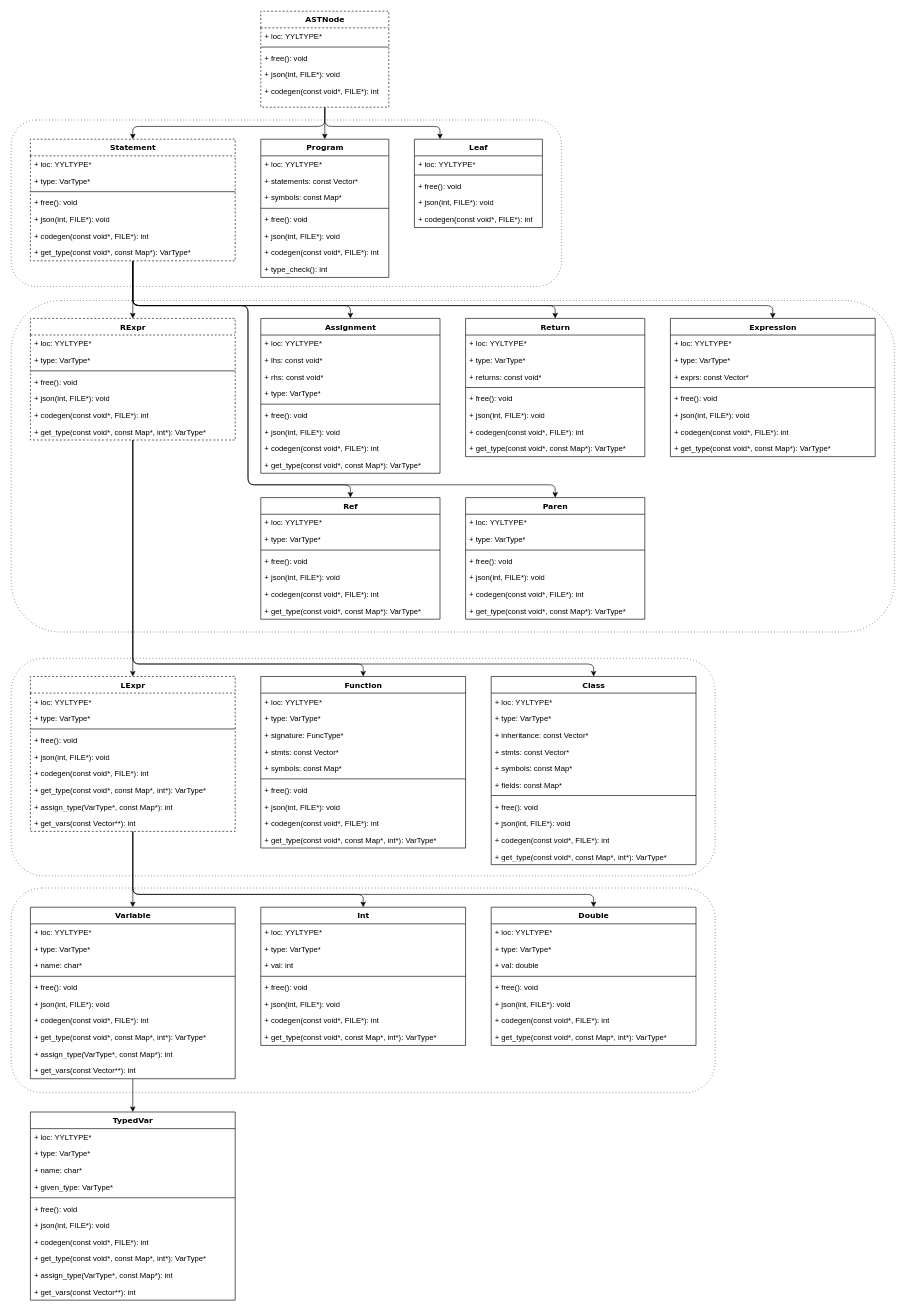
Before: doc/ASTHierarchy.drawio in taylor-santos/Tlang, a draw.io diagram. Source tidied: cells renumbered, new cells numbered last; positions are measured from the earlier drawing's top-left corner, leaving out a move shared by most shapes. Both pictures are drawn from the tidied source at 64%, with x=0, y=0 at pixel (11, 11).
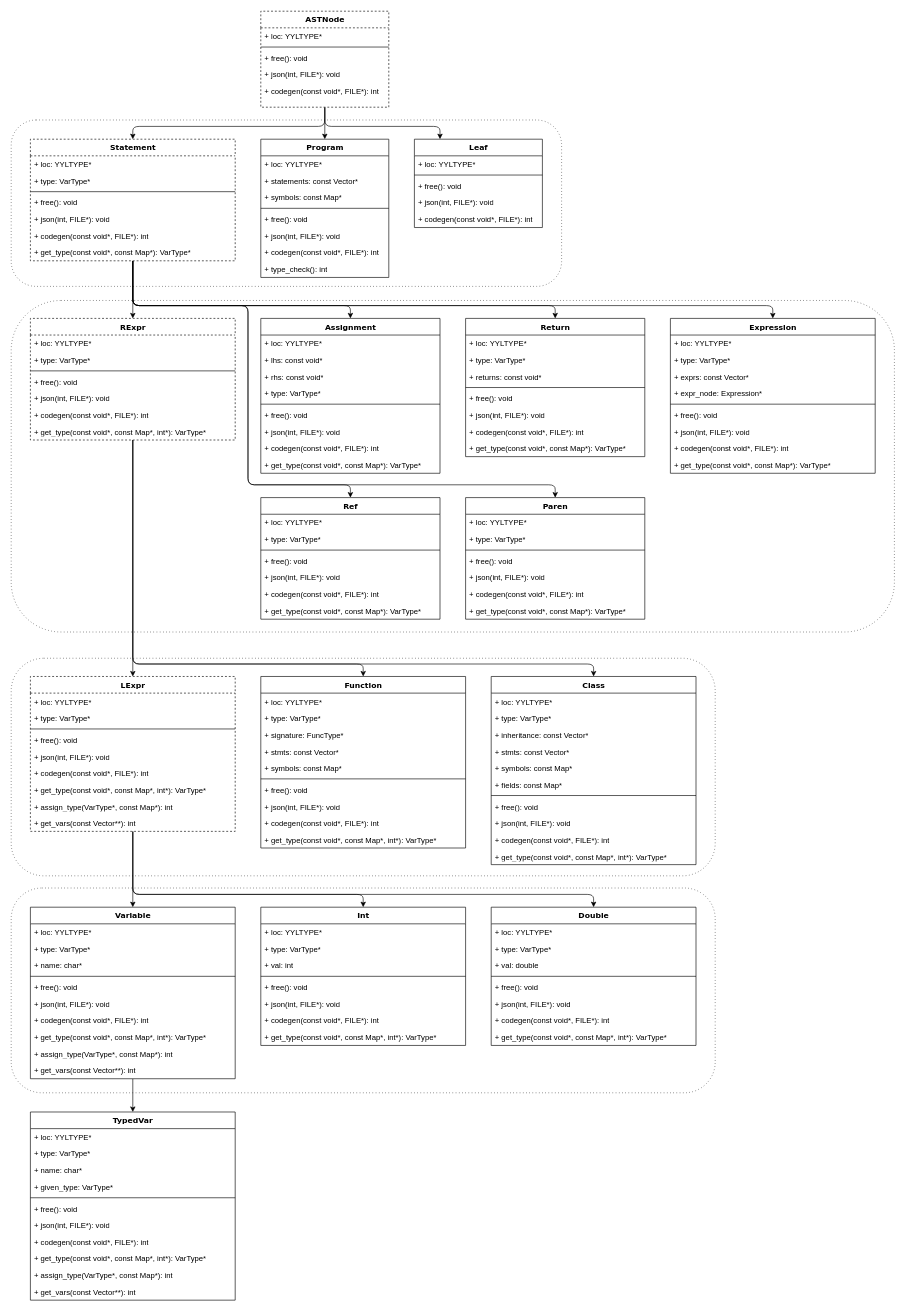
Above is the later version.

What changed in the source:
```diff
@@
     <mxCell id="142" value="Expression" style="swimlane;html=1;fontStyle=1;align=center;verticalAlign=top;horizontal=1;startSize=26;swimlaneFillColor=#ffffff;rounded=0;shadow=0;comic=0;labelBackgroundColor=none;strokeColor=#000000;strokeWidth=1;fillColor=none;fontFamily=Verdana;fontSize=12;fontColor=#000000;" parent="1" vertex="1">
-      <mxGeometry x="1030" y="480" width="320" height="216" as="geometry" />
+      <mxGeometry x="1030" y="480" width="320" height="242" as="geometry" />
     </mxCell>
@@
+    <mxCell id="177" value="+ exprs: const Vector*&lt;br&gt;" style="text;html=1;strokeColor=none;fillColor=none;align=left;verticalAlign=top;spacingLeft=4;spacingRight=4;whiteSpace=wrap;overflow=hidden;" parent="142" vertex="1">
+      <mxGeometry y="78" width="320" height="26" as="geometry" />
+    </mxCell>
-    <mxCell id="145" value="+ exprs: const Vector*&lt;br&gt;" style="text;html=1;strokeColor=none;fillColor=none;align=left;verticalAlign=top;spacingLeft=4;spacingRight=4;whiteSpace=wrap;overflow=hidden;" parent="142" vertex="1">
-      <mxGeometry y="78" width="320" height="26" as="geometry" />
+    <mxCell id="145" value="+ expr_node: Expression*" style="text;html=1;strokeColor=none;fillColor=none;align=left;verticalAlign=top;spacingLeft=4;spacingRight=4;whiteSpace=wrap;overflow=hidden;" parent="142" vertex="1">
+      <mxGeometry y="104" width="320" height="26" as="geometry" />
     </mxCell>
     <mxCell id="146" style="line;html=1;strokeWidth=1;fillColor=none;align=left;verticalAlign=middle;spacingTop=-1;spacingLeft=3;spacingRight=3;labelPosition=right;" parent="142" vertex="1">
-      <mxGeometry y="104" width="320" height="8" as="geometry" />
+      <mxGeometry y="130" width="320" height="8" as="geometry" />
     </mxCell>
     <mxCell id="147" value="+ free(): void" style="text;html=1;strokeColor=none;fillColor=none;align=left;verticalAlign=top;spacingLeft=4;spacingRight=4;whiteSpace=wrap;overflow=hidden;" parent="142" vertex="1">
-      <mxGeometry y="112" width="320" height="26" as="geometry" />
+      <mxGeometry y="138" width="320" height="26" as="geometry" />
     </mxCell>
     <mxCell id="148" value="+ json(int, FILE*): void&lt;br&gt;&lt;br&gt;" style="text;html=1;strokeColor=none;fillColor=none;align=left;verticalAlign=top;spacingLeft=4;spacingRight=4;whiteSpace=wrap;overflow=hidden;" parent="142" vertex="1">
-      <mxGeometry y="138" width="320" height="26" as="geometry" />
+      <mxGeometry y="164" width="320" height="26" as="geometry" />
     </mxCell>
     <mxCell id="149" value="+ codegen(const void*, FILE*): int" style="text;html=1;strokeColor=none;fillColor=none;align=left;verticalAlign=top;spacingLeft=4;spacingRight=4;whiteSpace=wrap;overflow=hidden;" parent="142" vertex="1">
-      <mxGeometry y="164" width="320" height="26" as="geometry" />
+      <mxGeometry y="190" width="320" height="26" as="geometry" />
     </mxCell>
     <mxCell id="150" value="+ get_type(const void*, const Map*): VarType*&lt;br&gt;" style="text;html=1;strokeColor=none;fillColor=none;align=left;verticalAlign=top;spacingLeft=4;spacingRight=4;whiteSpace=wrap;overflow=hidden;" parent="142" vertex="1">
-      <mxGeometry y="190" width="320" height="26" as="geometry" />
+      <mxGeometry y="216" width="320" height="26" as="geometry" />
     </mxCell>
```
